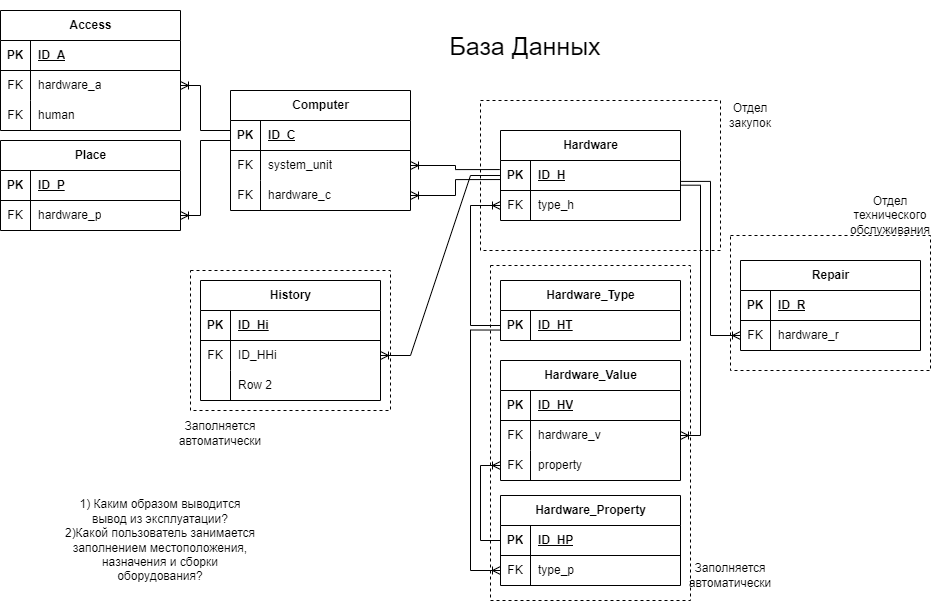
Earlier version of the draw.io export db.png (Nikita-080/is-quantek). Source tidied: cells renumbered, new cells last; positions are measured from the earlier drawing's top-left corner, leaving out a move shared by most shapes.
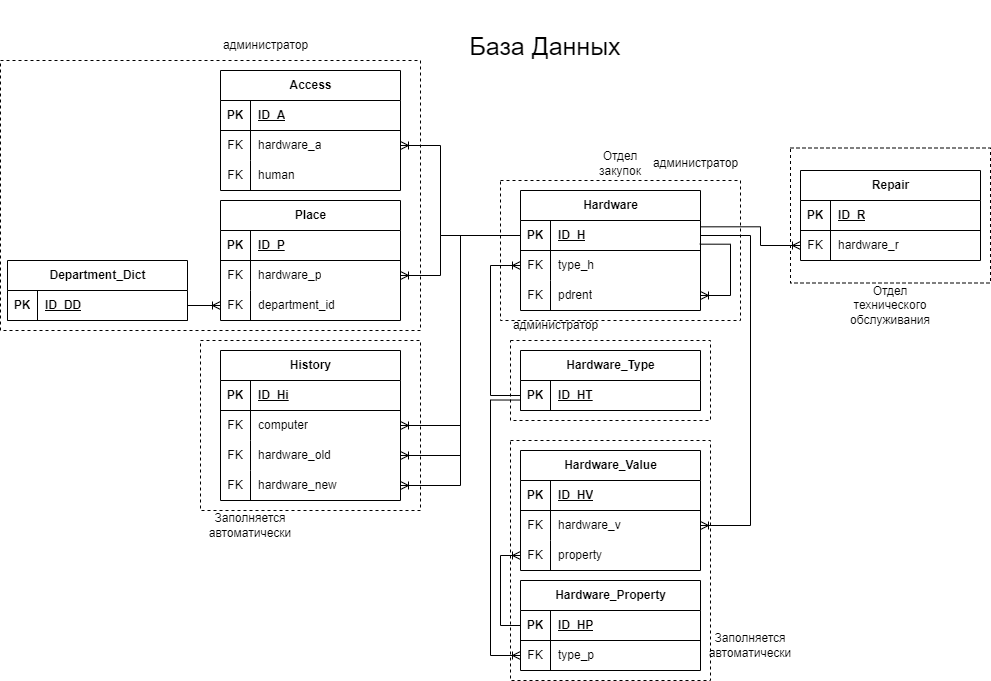
The same file after the commit.

The edit, as a diff of the source:
```diff
@@ -5,6 +5,6 @@
     <mxCell id="2" value="База Данных" style="text;html=1;strokeColor=none;fillColor=none;align=center;verticalAlign=middle;whiteSpace=wrap;rounded=0;fontSize=25;" parent="1" vertex="1">
-      <mxGeometry x="400" width="250" height="90" as="geometry" />
+      <mxGeometry x="400" y="-70" width="250" height="90" as="geometry" />
     </mxCell>
     <mxCell id="3" value="Hardware" style="shape=table;startSize=30;rowLines=0;fontStyle=1;align=center;html=1;" parent="1" vertex="1">
-      <mxGeometry x="500" y="130" width="180" height="90" as="geometry" />
+      <mxGeometry x="500" y="120" width="180" height="120" as="geometry" />
     </mxCell>
@@ -28,4 +28,21 @@
     </mxCell>
+    <mxCell id="94" style="shape=tableRow;horizontal=0;startSize=0;swimlaneHead=0;swimlaneBody=0;fillColor=none;points=[[0,0.5],[1,0.5]];portConstraint=eastwest;top=0;left=0;right=0;bottom=0;" parent="3" vertex="1">
+      <mxGeometry y="90" width="180" height="30" as="geometry" />
+    </mxCell>
+    <mxCell id="95" value="FK" style="shape=partialRectangle;fillColor=none;top=0;left=0;bottom=0;right=0;overflow=hidden;whiteSpace=wrap;html=1;" parent="94" vertex="1">
+      <mxGeometry width="30" height="30" as="geometry" />
+    </mxCell>
+    <mxCell id="96" value="pdrent" style="shape=partialRectangle;fillColor=none;top=0;left=0;bottom=0;right=0;align=left;spacingLeft=6;overflow=hidden;whiteSpace=wrap;html=1;" parent="94" vertex="1">
+      <mxGeometry x="30" width="150" height="30" as="geometry" />
+    </mxCell>
+    <mxCell id="97" style="edgeStyle=orthogonalEdgeStyle;fontSize=12;html=1;endArrow=ERoneToMany;rounded=0;entryX=1;entryY=0.5;entryDx=0;entryDy=0;exitX=0.996;exitY=0.789;exitDx=0;exitDy=0;exitPerimeter=0;" parent="3" edge="1" source="4" target="94">
+      <mxGeometry relative="1" as="geometry">
+        <Array as="points">
+          <mxPoint x="210" y="54" />
+          <mxPoint x="210" y="105" />
+        </Array>
+      </mxGeometry>
+    </mxCell>
     <mxCell id="10" value="Access" style="shape=table;startSize=30;rowLines=0;fontStyle=1;align=center;html=1;" parent="1" vertex="1">
-      <mxGeometry y="10" width="180" height="120" as="geometry" />
+      <mxGeometry x="200" width="180" height="120" as="geometry" />
     </mxCell>
@@ -59,3 +76,3 @@
     <mxCell id="20" value="Place" style="shape=table;startSize=30;rowLines=0;fontStyle=1;align=center;html=1;" parent="1" vertex="1">
-      <mxGeometry y="140" width="180" height="90" as="geometry" />
+      <mxGeometry x="200" y="130" width="180" height="120" as="geometry" />
     </mxCell>
@@ -79,2 +96,11 @@
     </mxCell>
+    <mxCell id="98" style="shape=tableRow;horizontal=0;startSize=0;swimlaneHead=0;swimlaneBody=0;fillColor=none;points=[[0,0.5],[1,0.5]];portConstraint=eastwest;top=0;left=0;right=0;bottom=0;" parent="20" vertex="1">
+      <mxGeometry y="90" width="180" height="30" as="geometry" />
+    </mxCell>
+    <mxCell id="99" value="FK" style="shape=partialRectangle;fillColor=none;top=0;left=0;bottom=0;right=0;overflow=hidden;whiteSpace=wrap;html=1;" parent="98" vertex="1">
+      <mxGeometry width="30" height="30" as="geometry" />
+    </mxCell>
+    <mxCell id="100" value="department_id" style="shape=partialRectangle;fillColor=none;top=0;left=0;bottom=0;right=0;align=left;spacingLeft=6;overflow=hidden;whiteSpace=wrap;html=1;" parent="98" vertex="1">
+      <mxGeometry x="30" width="150" height="30" as="geometry" />
+    </mxCell>
     <mxCell id="27" value="Hardware_Type" style="shape=table;startSize=30;rowLines=0;fontStyle=1;align=center;html=1;" parent="1" vertex="1">
@@ -92,3 +118,3 @@
     <mxCell id="31" value="Hardware_Property" style="shape=table;startSize=30;rowLines=0;fontStyle=1;align=center;html=1;" parent="1" vertex="1">
-      <mxGeometry x="500" y="495" width="180" height="90" as="geometry" />
+      <mxGeometry x="500" y="510" width="180" height="90" as="geometry" />
     </mxCell>
@@ -113,3 +139,3 @@
     <mxCell id="38" value="Hardware_Value" style="shape=table;startSize=30;rowLines=0;fontStyle=1;align=center;html=1;" parent="1" vertex="1">
-      <mxGeometry x="500" y="360" width="180" height="120" as="geometry" />
+      <mxGeometry x="500" y="380" width="180" height="120" as="geometry" />
     </mxCell>
@@ -143,3 +169,3 @@
     <mxCell id="48" value="Repair" style="shape=table;startSize=30;rowLines=0;fontStyle=1;align=center;html=1;" parent="1" vertex="1">
-      <mxGeometry x="740" y="260" width="180" height="90" as="geometry" />
+      <mxGeometry x="780" y="100" width="180" height="90" as="geometry" />
     </mxCell>
@@ -163,7 +189,7 @@
     </mxCell>
-    <mxCell id="55" style="edgeStyle=orthogonalEdgeStyle;fontSize=12;html=1;endArrow=ERoneToMany;rounded=0;entryX=0;entryY=0.5;entryDx=0;entryDy=0;exitX=0.998;exitY=0.697;exitDx=0;exitDy=0;exitPerimeter=0;" parent="1" edge="1" source="4" target="52">
+    <mxCell id="55" style="edgeStyle=orthogonalEdgeStyle;fontSize=12;html=1;endArrow=ERoneToMany;rounded=0;entryX=0;entryY=0.5;entryDx=0;entryDy=0;exitX=1.002;exitY=0.211;exitDx=0;exitDy=0;exitPerimeter=0;" parent="1" edge="1" source="4" target="52">
       <mxGeometry relative="1" as="geometry">
         <Array as="points">
-          <mxPoint x="710" y="181" />
-          <mxPoint x="710" y="335" />
+          <mxPoint x="740" y="156" />
+          <mxPoint x="740" y="175" />
         </Array>
@@ -171,16 +197,7 @@
     </mxCell>
-    <mxCell id="56" style="edgeStyle=orthogonalEdgeStyle;fontSize=12;html=1;endArrow=ERoneToMany;rounded=0;entryX=1;entryY=0.5;entryDx=0;entryDy=0;exitX=0;exitY=0.5;exitDx=0;exitDy=0;" parent="1" edge="1" source="63" target="14">
-      <mxGeometry relative="1" as="geometry">
-        <Array as="points">
-          <mxPoint x="230" y="130" />
-          <mxPoint x="200" y="130" />
-          <mxPoint x="200" y="85" />
-        </Array>
-      </mxGeometry>
-    </mxCell>
-    <mxCell id="57" style="edgeStyle=orthogonalEdgeStyle;fontSize=12;html=1;endArrow=ERoneToMany;rounded=0;entryX=1;entryY=0.5;entryDx=0;entryDy=0;exitX=1.001;exitY=0.823;exitDx=0;exitDy=0;exitPerimeter=0;" parent="1" edge="1" source="4" target="42">
+    <mxCell id="57" style="edgeStyle=orthogonalEdgeStyle;fontSize=12;html=1;endArrow=ERoneToMany;rounded=0;entryX=1;entryY=0.5;entryDx=0;entryDy=0;exitX=1;exitY=0.5;exitDx=0;exitDy=0;" parent="1" edge="1" source="4" target="42">
       <mxGeometry relative="1" as="geometry">
         <Array as="points">
-          <mxPoint x="700" y="185" />
-          <mxPoint x="700" y="435" />
+          <mxPoint x="730" y="165" />
+          <mxPoint x="730" y="455" />
         </Array>
@@ -188,11 +205,2 @@
     </mxCell>
-    <mxCell id="58" style="edgeStyle=orthogonalEdgeStyle;fontSize=12;html=1;endArrow=ERoneToMany;rounded=0;exitX=0;exitY=0.5;exitDx=0;exitDy=0;entryX=1;entryY=0.5;entryDx=0;entryDy=0;" parent="1" edge="1" source="63" target="24">
-      <mxGeometry relative="1" as="geometry">
-        <Array as="points">
-          <mxPoint x="230" y="140" />
-          <mxPoint x="200" y="140" />
-          <mxPoint x="200" y="215" />
-        </Array>
-      </mxGeometry>
-    </mxCell>
     <mxCell id="59" style="edgeStyle=orthogonalEdgeStyle;fontSize=12;html=1;endArrow=ERoneToMany;rounded=0;exitX=0;exitY=0.5;exitDx=0;exitDy=0;entryX=0;entryY=0.5;entryDx=0;entryDy=0;" parent="1" edge="1" source="32" target="45">
@@ -200,4 +208,4 @@
         <Array as="points">
-          <mxPoint x="480" y="540" />
-          <mxPoint x="480" y="465" />
+          <mxPoint x="480" y="555" />
+          <mxPoint x="480" y="485" />
         </Array>
@@ -209,3 +217,3 @@
           <mxPoint x="470" y="330" />
-          <mxPoint x="470" y="570" />
+          <mxPoint x="470" y="585" />
         </Array>
@@ -217,3 +225,3 @@
           <mxPoint x="470" y="325" />
-          <mxPoint x="470" y="205" />
+          <mxPoint x="470" y="195" />
         </Array>
@@ -221,40 +229,4 @@
     </mxCell>
-    <mxCell id="62" value="Computer" style="shape=table;startSize=30;rowLines=0;fontStyle=1;align=center;html=1;" parent="1" vertex="1">
-      <mxGeometry x="230" y="90" width="180" height="120" as="geometry" />
-    </mxCell>
-    <mxCell id="63" style="shape=tableRow;horizontal=0;startSize=0;swimlaneHead=0;swimlaneBody=0;fillColor=none;points=[[0,0.5],[1,0.5]];portConstraint=eastwest;top=0;left=0;right=0;bottom=1;" parent="62" vertex="1">
-      <mxGeometry y="30" width="180" height="30" as="geometry" />
-    </mxCell>
-    <mxCell id="64" value="PK" style="shape=partialRectangle;fillColor=none;top=0;left=0;bottom=0;right=0;fontStyle=1;overflow=hidden;whiteSpace=wrap;html=1;" parent="63" vertex="1">
-      <mxGeometry width="30" height="30" as="geometry" />
-    </mxCell>
-    <mxCell id="65" value="ID_C" style="shape=partialRectangle;fillColor=none;top=0;left=0;bottom=0;right=0;align=left;spacingLeft=6;fontStyle=5;overflow=hidden;whiteSpace=wrap;html=1;" parent="63" vertex="1">
-      <mxGeometry x="30" width="150" height="30" as="geometry" />
-    </mxCell>
-    <mxCell id="66" style="shape=tableRow;horizontal=0;startSize=0;swimlaneHead=0;swimlaneBody=0;fillColor=none;points=[[0,0.5],[1,0.5]];portConstraint=eastwest;top=0;left=0;right=0;bottom=0;" parent="62" vertex="1">
-      <mxGeometry y="60" width="180" height="30" as="geometry" />
-    </mxCell>
-    <mxCell id="67" value="FK" style="shape=partialRectangle;fillColor=none;top=0;left=0;bottom=0;right=0;overflow=hidden;whiteSpace=wrap;html=1;" parent="66" vertex="1">
-      <mxGeometry width="30" height="30" as="geometry" />
-    </mxCell>
-    <mxCell id="68" value="system_unit" style="shape=partialRectangle;fillColor=none;top=0;left=0;bottom=0;right=0;align=left;spacingLeft=6;overflow=hidden;whiteSpace=wrap;html=1;" parent="66" vertex="1">
-      <mxGeometry x="30" width="150" height="30" as="geometry" />
-    </mxCell>
-    <mxCell id="69" style="shape=tableRow;horizontal=0;startSize=0;swimlaneHead=0;swimlaneBody=0;fillColor=none;points=[[0,0.5],[1,0.5]];portConstraint=eastwest;top=0;left=0;right=0;bottom=0;" parent="62" vertex="1">
-      <mxGeometry y="90" width="180" height="30" as="geometry" />
-    </mxCell>
-    <mxCell id="70" value="FK" style="shape=partialRectangle;fillColor=none;top=0;left=0;bottom=0;right=0;overflow=hidden;whiteSpace=wrap;html=1;" parent="69" vertex="1">
-      <mxGeometry width="30" height="30" as="geometry" />
-    </mxCell>
-    <mxCell id="71" value="hardware_c" style="shape=partialRectangle;fillColor=none;top=0;left=0;bottom=0;right=0;align=left;spacingLeft=6;overflow=hidden;whiteSpace=wrap;html=1;" parent="69" vertex="1">
-      <mxGeometry x="30" width="150" height="30" as="geometry" />
-    </mxCell>
-    <mxCell id="72" style="edgeStyle=orthogonalEdgeStyle;fontSize=12;html=1;endArrow=ERoneToMany;rounded=0;entryX=1;entryY=0.5;entryDx=0;entryDy=0;exitX=-0.004;exitY=0.302;exitDx=0;exitDy=0;exitPerimeter=0;" parent="1" edge="1" source="4" target="66">
-      <mxGeometry relative="1" as="geometry" />
-    </mxCell>
-    <mxCell id="73" style="edgeStyle=orthogonalEdgeStyle;fontSize=12;html=1;endArrow=ERoneToMany;rounded=0;entryX=1;entryY=0.5;entryDx=0;entryDy=0;exitX=-0.001;exitY=0.635;exitDx=0;exitDy=0;exitPerimeter=0;" parent="1" edge="1" source="4" target="69">
-      <mxGeometry relative="1" as="geometry" />
-    </mxCell>
     <mxCell id="74" value="History" style="shape=table;startSize=30;rowLines=0;fontStyle=1;align=center;html=1;" parent="1" vertex="1">
-      <mxGeometry x="200" y="280" width="180" height="120" as="geometry" />
+      <mxGeometry x="200" y="280" width="180" height="150" as="geometry" />
     </mxCell>
@@ -275,3 +247,3 @@
     </mxCell>
-    <mxCell id="80" value="ID_HHi" style="shape=partialRectangle;fillColor=none;top=0;left=0;bottom=0;right=0;align=left;spacingLeft=6;overflow=hidden;whiteSpace=wrap;html=1;" parent="78" vertex="1">
+    <mxCell id="80" value="computer" style="shape=partialRectangle;fillColor=none;top=0;left=0;bottom=0;right=0;align=left;spacingLeft=6;overflow=hidden;whiteSpace=wrap;html=1;" parent="78" vertex="1">
       <mxGeometry x="30" width="150" height="30" as="geometry" />
@@ -281,28 +253,34 @@
     </mxCell>
-    <mxCell id="82" style="shape=partialRectangle;fillColor=none;top=0;left=0;bottom=0;right=0;overflow=hidden;whiteSpace=wrap;html=1;" parent="81" vertex="1">
+    <mxCell id="82" value="FK" style="shape=partialRectangle;fillColor=none;top=0;left=0;bottom=0;right=0;overflow=hidden;whiteSpace=wrap;html=1;" parent="81" vertex="1">
       <mxGeometry width="30" height="30" as="geometry" />
     </mxCell>
-    <mxCell id="83" value="Row 2" style="shape=partialRectangle;fillColor=none;top=0;left=0;bottom=0;right=0;align=left;spacingLeft=6;overflow=hidden;whiteSpace=wrap;html=1;" parent="81" vertex="1">
+    <mxCell id="83" value="hardware_old" style="shape=partialRectangle;fillColor=none;top=0;left=0;bottom=0;right=0;align=left;spacingLeft=6;overflow=hidden;whiteSpace=wrap;html=1;" parent="81" vertex="1">
       <mxGeometry x="30" width="150" height="30" as="geometry" />
     </mxCell>
+    <mxCell id="101" style="shape=tableRow;horizontal=0;startSize=0;swimlaneHead=0;swimlaneBody=0;fillColor=none;points=[[0,0.5],[1,0.5]];portConstraint=eastwest;top=0;left=0;right=0;bottom=0;" parent="74" vertex="1">
+      <mxGeometry y="120" width="180" height="30" as="geometry" />
+    </mxCell>
+    <mxCell id="102" value="FK" style="shape=partialRectangle;fillColor=none;top=0;left=0;bottom=0;right=0;overflow=hidden;whiteSpace=wrap;html=1;" parent="101" vertex="1">
+      <mxGeometry width="30" height="30" as="geometry" />
+    </mxCell>
+    <mxCell id="103" value="hardware_new" style="shape=partialRectangle;fillColor=none;top=0;left=0;bottom=0;right=0;align=left;spacingLeft=6;overflow=hidden;whiteSpace=wrap;html=1;" parent="101" vertex="1">
+      <mxGeometry x="30" width="150" height="30" as="geometry" />
+    </mxCell>
-    <mxCell id="84" style="edgeStyle=entityRelationEdgeStyle;fontSize=12;html=1;endArrow=ERoneToMany;rounded=0;entryX=1;entryY=0.5;entryDx=0;entryDy=0;exitX=0;exitY=0.5;exitDx=0;exitDy=0;" parent="1" edge="1" source="4" target="78">
+    <mxCell id="84" style="edgeStyle=orthogonalEdgeStyle;fontSize=12;html=1;endArrow=ERoneToMany;rounded=0;entryX=1;entryY=0.5;entryDx=0;entryDy=0;exitX=0;exitY=0.5;exitDx=0;exitDy=0;" parent="1" edge="1" source="4" target="78">
       <mxGeometry relative="1" as="geometry" />
     </mxCell>
-    <mxCell id="85" value="1) Каким образом выводится вывод из эксплуатации?&lt;br&gt;2)Какой пользователь занимается заполнением местоположения, назначения и сборки оборудования?" style="text;html=1;strokeColor=none;fillColor=none;align=center;verticalAlign=middle;whiteSpace=wrap;rounded=0;" parent="1" vertex="1">
-      <mxGeometry x="60" y="515" width="200" height="50" as="geometry" />
-    </mxCell>
     <mxCell id="86" style="rounded=0;whiteSpace=wrap;html=1;dashed=1;fillColor=none;" parent="1" vertex="1">
-      <mxGeometry x="480" y="100" width="240" height="150" as="geometry" />
+      <mxGeometry x="480" y="110" width="240" height="140" as="geometry" />
     </mxCell>
     <mxCell id="87" value="Отдел закупок" style="text;html=1;strokeColor=none;fillColor=none;align=center;verticalAlign=middle;whiteSpace=wrap;rounded=0;" parent="1" vertex="1">
-      <mxGeometry x="720" y="100" width="60" height="30" as="geometry" />
+      <mxGeometry x="570" y="77.5" width="60" height="30" as="geometry" />
     </mxCell>
     <mxCell id="88" style="rounded=0;whiteSpace=wrap;html=1;dashed=1;fillColor=none;" parent="1" vertex="1">
-      <mxGeometry x="730" y="235" width="200" height="135" as="geometry" />
+      <mxGeometry x="770" y="77.5" width="200" height="135" as="geometry" />
     </mxCell>
     <mxCell id="89" value="Отдел технического обслуживания" style="text;html=1;strokeColor=none;fillColor=none;align=center;verticalAlign=middle;whiteSpace=wrap;rounded=0;" parent="1" vertex="1">
-      <mxGeometry x="860" y="200" width="60" height="30" as="geometry" />
+      <mxGeometry x="840" y="220" width="60" height="30" as="geometry" />
     </mxCell>
     <mxCell id="90" style="rounded=0;whiteSpace=wrap;html=1;dashed=1;fillColor=none;" parent="1" vertex="1">
-      <mxGeometry x="490" y="265" width="200" height="335" as="geometry" />
+      <mxGeometry x="490" y="370" width="200" height="240" as="geometry" />
     </mxCell>
@@ -312,7 +290,59 @@
     <mxCell id="92" style="rounded=0;whiteSpace=wrap;html=1;dashed=1;fillColor=none;" parent="1" vertex="1">
-      <mxGeometry x="190" y="270" width="200" height="140" as="geometry" />
+      <mxGeometry x="180" y="270" width="220" height="170" as="geometry" />
     </mxCell>
     <mxCell id="93" value="Заполняется автоматически" style="text;html=1;strokeColor=none;fillColor=none;align=center;verticalAlign=middle;whiteSpace=wrap;rounded=0;" parent="1" vertex="1">
-      <mxGeometry x="190" y="417.5" width="60" height="30" as="geometry" />
+      <mxGeometry x="200" y="440" width="60" height="30" as="geometry" />
     </mxCell>
+    <mxCell id="104" style="rounded=0;whiteSpace=wrap;html=1;dashed=1;fillColor=none;" parent="1" vertex="1">
+      <mxGeometry x="490" y="270" width="200" height="80" as="geometry" />
+    </mxCell>
+    <mxCell id="105" value="администратор" style="text;html=1;align=center;verticalAlign=middle;strokeColor=none;fillColor=none;" parent="1" vertex="1">
+      <mxGeometry x="480" y="240" width="110" height="30" as="geometry" />
+    </mxCell>
+    <mxCell id="106" style="edgeStyle=orthogonalEdgeStyle;fontSize=12;html=1;endArrow=ERoneToMany;rounded=0;exitX=0;exitY=0.5;exitDx=0;exitDy=0;" parent="1" edge="1" source="4" target="101">
+      <mxGeometry relative="1" as="geometry" />
+    </mxCell>
+    <mxCell id="107" style="edgeStyle=orthogonalEdgeStyle;fontSize=12;html=1;endArrow=ERoneToMany;rounded=0;entryX=1;entryY=0.5;entryDx=0;entryDy=0;exitX=0;exitY=0.5;exitDx=0;exitDy=0;" parent="1" edge="1" source="4" target="81">
+      <mxGeometry relative="1" as="geometry" />
+    </mxCell>
+    <mxCell id="108" style="edgeStyle=orthogonalEdgeStyle;fontSize=12;html=1;endArrow=ERoneToMany;rounded=0;exitX=0;exitY=0.5;exitDx=0;exitDy=0;entryX=1;entryY=0.5;entryDx=0;entryDy=0;" parent="1" edge="1" source="4" target="14">
+      <mxGeometry relative="1" as="geometry">
+        <Array as="points">
+          <mxPoint x="420" y="165" />
+          <mxPoint x="420" y="75" />
+        </Array>
+      </mxGeometry>
+    </mxCell>
+    <mxCell id="109" style="edgeStyle=orthogonalEdgeStyle;fontSize=12;html=1;endArrow=ERoneToMany;rounded=0;exitX=0;exitY=0.5;exitDx=0;exitDy=0;entryX=1;entryY=0.5;entryDx=0;entryDy=0;" parent="1" edge="1" source="4" target="24">
+      <mxGeometry relative="1" as="geometry">
+        <Array as="points">
+          <mxPoint x="420" y="165" />
+          <mxPoint x="420" y="205" />
+        </Array>
+      </mxGeometry>
+    </mxCell>
+    <mxCell id="110" style="rounded=0;whiteSpace=wrap;html=1;dashed=1;fillColor=none;" parent="1" vertex="1">
+      <mxGeometry x="-20" y="-10" width="420" height="270" as="geometry" />
+    </mxCell>
+    <mxCell id="111" value="администратор" style="text;html=1;align=center;verticalAlign=middle;strokeColor=none;fillColor=none;" parent="1" vertex="1">
+      <mxGeometry x="190" y="-40" width="110" height="30" as="geometry" />
+    </mxCell>
+    <mxCell id="112" value="Department_Dict" style="shape=table;startSize=30;rowLines=0;fontStyle=1;align=center;html=1;" parent="1" vertex="1">
+      <mxGeometry x="-13" y="190" width="180" height="60" as="geometry" />
+    </mxCell>
+    <mxCell id="63" style="shape=tableRow;horizontal=0;startSize=0;swimlaneHead=0;swimlaneBody=0;fillColor=none;points=[[0,0.5],[1,0.5]];portConstraint=eastwest;top=0;left=0;right=0;bottom=1;" parent="112" vertex="1">
+      <mxGeometry y="30" width="180" height="30" as="geometry" />
+    </mxCell>
+    <mxCell id="64" value="PK" style="shape=partialRectangle;fillColor=none;top=0;left=0;bottom=0;right=0;fontStyle=1;overflow=hidden;whiteSpace=wrap;html=1;" parent="63" vertex="1">
+      <mxGeometry width="30" height="30" as="geometry" />
+    </mxCell>
+    <mxCell id="113" value="ID_DD" style="shape=partialRectangle;fillColor=none;top=0;left=0;bottom=0;right=0;align=left;spacingLeft=6;fontStyle=5;overflow=hidden;whiteSpace=wrap;html=1;" parent="63" vertex="1">
+      <mxGeometry x="30" width="150" height="30" as="geometry" />
+    </mxCell>
+    <mxCell id="114" style="edgeStyle=entityRelationEdgeStyle;fontSize=12;html=1;endArrow=ERoneToMany;rounded=0;exitX=1;exitY=0.5;exitDx=0;exitDy=0;entryX=0;entryY=0.5;entryDx=0;entryDy=0;" parent="1" edge="1" source="63" target="98">
+      <mxGeometry relative="1" as="geometry" />
+    </mxCell>
+    <mxCell id="115" value="администратор" style="text;html=1;align=center;verticalAlign=middle;strokeColor=none;fillColor=none;" parent="1" vertex="1">
+      <mxGeometry x="620" y="77.5" width="110" height="30" as="geometry" />
+    </mxCell>
   </root>
```
